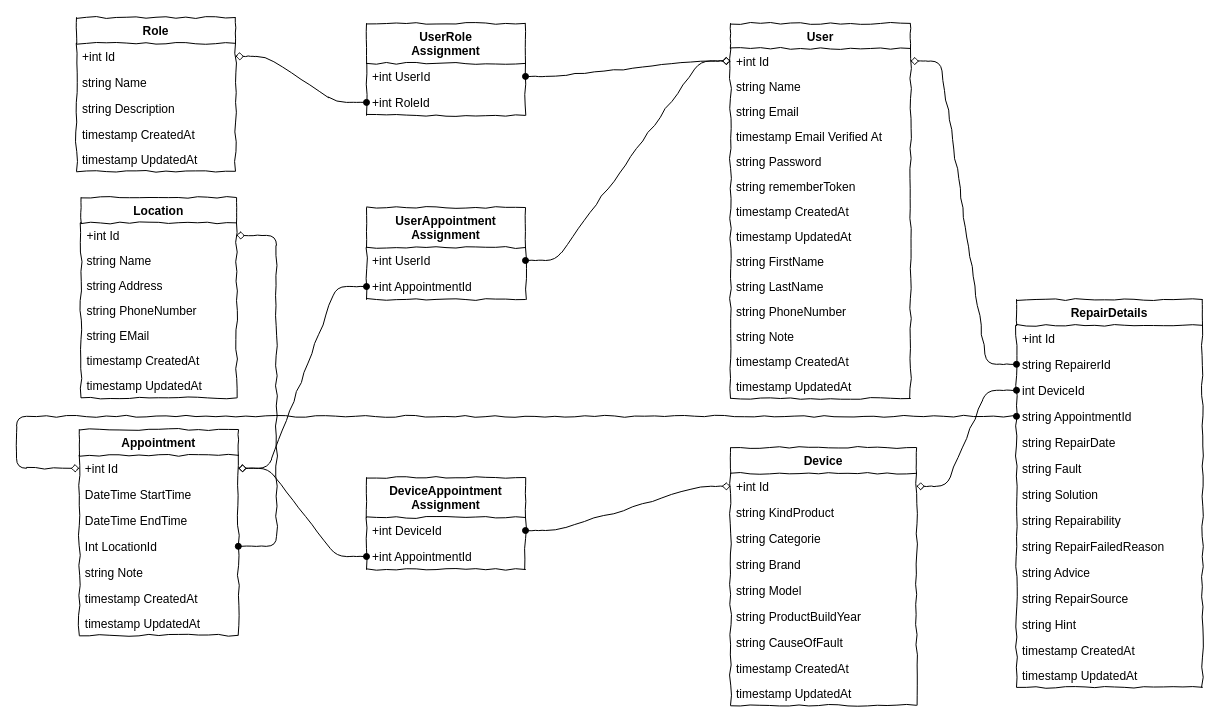
This is Documentation/Repaircafe Diagram.drawio from DerSilly/RepairCafeReservation, a draw.io file, before an edit. Source tidied: cells renumbered, new cells numbered last; positions are measured from the earlier drawing's top-left corner, leaving out a move shared by most shapes. Both pictures are drawn from the tidied source at 100%, with x=0, y=0 at pixel (-94, 17).
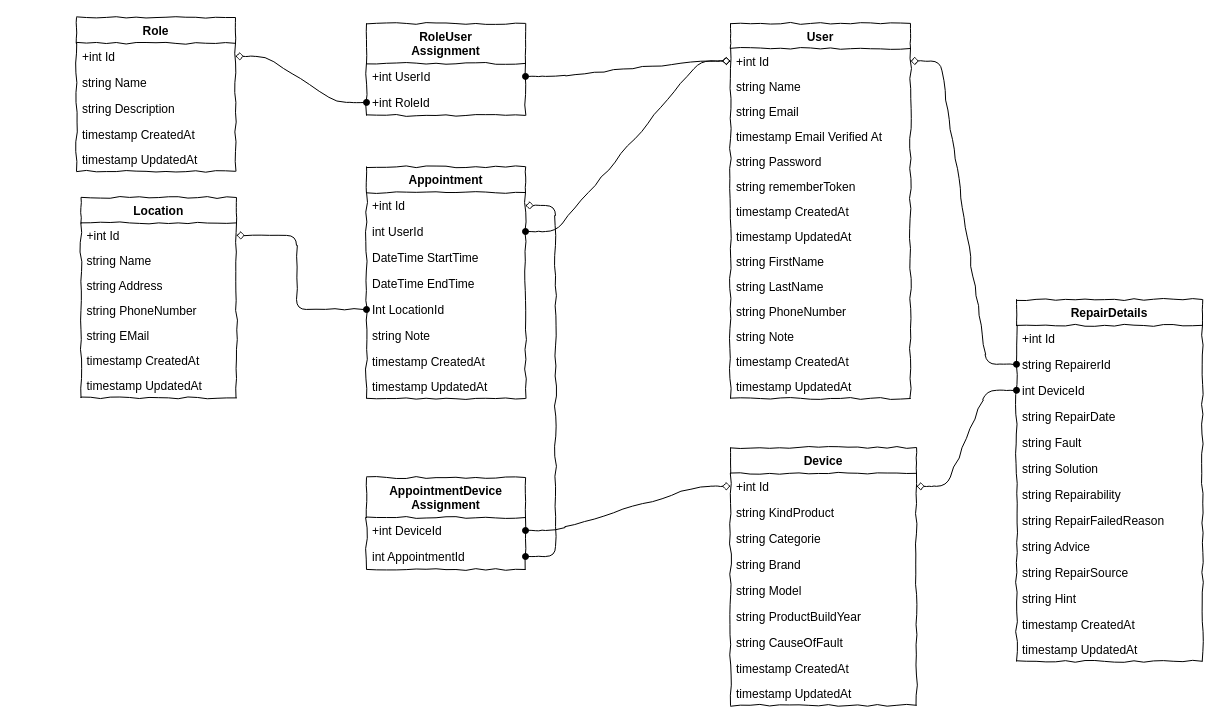
After the change.

The change refers to these unchanged cells:
```xml
<mxCell id="3" value="+int Id" style="text;strokeColor=none;fillColor=none;align=left;verticalAlign=top;spacingLeft=4;spacingRight=4;overflow=hidden;points=[[0,0.5],[1,0.5]];portConstraint=eastwest;comic=1;" parent="2" vertex="1">
  <mxGeometry y="25.1" width="180" height="25" as="geometry" />
</mxCell>
<mxCell id="18" value="+int Id" style="text;strokeColor=none;fillColor=none;align=left;verticalAlign=top;spacingLeft=4;spacingRight=4;overflow=hidden;points=[[0,0.5],[1,0.5]];portConstraint=eastwest;comic=1;" parent="17" vertex="1">
  <mxGeometry y="25.4" width="155.5" height="25" as="geometry" />
</mxCell>
<mxCell id="26" value="+int Id" style="text;strokeColor=none;fillColor=none;align=left;verticalAlign=top;spacingLeft=4;spacingRight=4;overflow=hidden;points=[[0,0.5],[1,0.5]];portConstraint=eastwest;comic=1;" parent="25" vertex="1">
  <mxGeometry y="25.8" width="159" height="26" as="geometry" />
</mxCell>
```

What changed in the source:
```diff
@@
     <mxCell id="25" value="Appointment" style="swimlane;fontStyle=1;align=center;verticalAlign=top;horizontal=1;startSize=25.818181818181817;comic=1;" parent="1" vertex="1">
-      <mxGeometry x="172.8" y="412" width="159" height="205.8" as="geometry" />
+      <mxGeometry x="460" y="149.2" width="159" height="231.8" as="geometry" />
     </mxCell>
@@
+    <mxCell id="83" value="int UserId" style="text;strokeColor=none;fillColor=none;align=left;verticalAlign=top;spacingLeft=4;spacingRight=4;overflow=hidden;points=[[0,0.5],[1,0.5]];portConstraint=eastwest;comic=1;" parent="25" vertex="1">
+      <mxGeometry y="51.8" width="159" height="26" as="geometry" />
+    </mxCell>
     <mxCell id="27" value="DateTime StartTime" style="text;strokeColor=none;fillColor=none;align=left;verticalAlign=top;spacingLeft=4;spacingRight=4;overflow=hidden;comic=1;" parent="25" vertex="1">
-      <mxGeometry y="51.8" width="159" height="26" as="geometry" />
+      <mxGeometry y="77.8" width="159" height="26" as="geometry" />
     </mxCell>
     <mxCell id="28" value="DateTime EndTime" style="text;strokeColor=none;fillColor=none;align=left;verticalAlign=top;spacingLeft=4;spacingRight=4;overflow=hidden;comic=1;" parent="25" vertex="1">
-      <mxGeometry y="77.8" width="159" height="26" as="geometry" />
+      <mxGeometry y="103.8" width="159" height="26" as="geometry" />
     </mxCell>
     <mxCell id="29" value="Int LocationId" style="text;strokeColor=none;fillColor=none;align=left;verticalAlign=top;spacingLeft=4;spacingRight=4;overflow=hidden;points=[[0,0.5],[1,0.5]];portConstraint=eastwest;comic=1;" parent="25" vertex="1">
-      <mxGeometry y="103.8" width="159" height="26" as="geometry" />
+      <mxGeometry y="129.8" width="159" height="26" as="geometry" />
     </mxCell>
     <mxCell id="30" value="string Note" style="text;strokeColor=none;fillColor=none;align=left;verticalAlign=top;spacingLeft=4;spacingRight=4;overflow=hidden;comic=1;" parent="25" vertex="1">
-      <mxGeometry y="129.8" width="159" height="26" as="geometry" />
+      <mxGeometry y="155.8" width="159" height="26" as="geometry" />
     </mxCell>
     <mxCell id="31" value="timestamp CreatedAt" style="text;strokeColor=none;fillColor=none;align=left;verticalAlign=top;spacingLeft=4;spacingRight=4;overflow=hidden;comic=1;" parent="25" vertex="1">
-      <mxGeometry y="155.8" width="159" height="25" as="geometry" />
+      <mxGeometry y="181.8" width="159" height="25" as="geometry" />
     </mxCell>
     <mxCell id="32" value="timestamp UpdatedAt" style="text;strokeColor=none;fillColor=none;align=left;verticalAlign=top;spacingLeft=4;spacingRight=4;overflow=hidden;comic=1;" parent="25" vertex="1">
-      <mxGeometry y="180.8" width="159" height="25" as="geometry" />
+      <mxGeometry y="206.8" width="159" height="25" as="geometry" />
     </mxCell>
@@
-    <mxCell id="43" value="DeviceAppointment&#10;Assignment" style="swimlane;fontStyle=1;align=center;verticalAlign=top;horizontal=1;startSize=40;comic=1;" parent="1" vertex="1">
+    <mxCell id="43" value="AppointmentDevice&#10;Assignment" style="swimlane;fontStyle=1;align=center;verticalAlign=top;horizontal=1;startSize=40;comic=1;" parent="1" vertex="1">
       <mxGeometry x="460" y="460" width="159" height="92" as="geometry" />
     </mxCell>
@@
-    <mxCell id="45" value="+int AppointmentId" style="text;strokeColor=none;fillColor=none;align=left;verticalAlign=top;spacingLeft=4;spacingRight=4;overflow=hidden;points=[[0,0.5],[1,0.5]];portConstraint=eastwest;comic=1;" parent="43" vertex="1">
+    <mxCell id="45" value="int AppointmentId" style="text;strokeColor=none;fillColor=none;align=left;verticalAlign=top;spacingLeft=4;spacingRight=4;overflow=hidden;points=[[0,0.5],[1,0.5]];portConstraint=eastwest;comic=1;" parent="43" vertex="1">
       <mxGeometry y="66" width="159" height="26" as="geometry" />
     </mxCell>
@@
-    <mxCell id="48" value="UserAppointment&#10;Assignment" style="swimlane;fontStyle=1;align=center;verticalAlign=top;horizontal=1;startSize=40;comic=1;" parent="1" vertex="1">
-      <mxGeometry x="460" y="190" width="159" height="92" as="geometry" />
-    </mxCell>
-    <mxCell id="49" value="+int UserId" style="text;strokeColor=none;fillColor=none;align=left;verticalAlign=top;spacingLeft=4;spacingRight=4;overflow=hidden;points=[[0,0.5],[1,0.5]];portConstraint=eastwest;comic=1;" parent="48" vertex="1">
-      <mxGeometry y="40" width="159" height="26" as="geometry" />
-    </mxCell>
-    <mxCell id="50" value="+int AppointmentId" style="text;strokeColor=none;fillColor=none;align=left;verticalAlign=top;spacingLeft=4;spacingRight=4;overflow=hidden;points=[[0,0.5],[1,0.5]];portConstraint=eastwest;comic=1;" parent="48" vertex="1">
-      <mxGeometry y="66" width="159" height="26" as="geometry" />
-    </mxCell>
-    <mxCell id="51" style="edgeStyle=entityRelationEdgeStyle;html=1;exitX=1;exitY=0.5;exitDx=0;exitDy=0;entryX=0;entryY=0.5;entryDx=0;entryDy=0;startArrow=diamond;startFill=0;endArrow=oval;endFill=1;comic=1;" parent="1" edge="1" source="26" target="50">
-      <mxGeometry relative="1" as="geometry" />
-    </mxCell>
@@
-    <mxCell id="58" value="UserRole&#10;Assignment" style="swimlane;fontStyle=1;align=center;verticalAlign=top;horizontal=1;startSize=40;comic=1;" parent="1" vertex="1">
+    <mxCell id="58" value="RoleUser&#10;Assignment" style="swimlane;fontStyle=1;align=center;verticalAlign=top;horizontal=1;startSize=40;comic=1;" parent="1" vertex="1">
       <mxGeometry x="460" y="5.9" width="159" height="92" as="geometry" />
     </mxCell>
@@
-    <mxCell id="63" style="edgeStyle=entityRelationEdgeStyle;html=1;exitX=1;exitY=0.5;exitDx=0;exitDy=0;startArrow=oval;startFill=1;endArrow=diamond;endFill=0;entryX=0;entryY=0.5;entryDx=0;entryDy=0;comic=1;" parent="1" edge="1" source="49" target="3">
+    <mxCell id="63" style="edgeStyle=entityRelationEdgeStyle;html=1;exitX=1;exitY=0.5;exitDx=0;exitDy=0;startArrow=oval;startFill=1;endArrow=diamond;endFill=0;entryX=0;entryY=0.5;entryDx=0;entryDy=0;comic=1;" parent="1" edge="1" source="83" target="3">
       <mxGeometry relative="1" as="geometry" />
     </mxCell>
-    <mxCell id="64" style="edgeStyle=elbowEdgeStyle;html=1;exitX=1;exitY=0.5;exitDx=0;exitDy=0;startArrow=diamond;startFill=0;endArrow=oval;endFill=1;comic=1;sourcePortConstraint=west;targetPortConstraint=west;anchorPointDirection=1;arcSize=20;jumpStyle=none;" parent="1" edge="1" source="18" target="29">
+    <mxCell id="64" style="edgeStyle=elbowEdgeStyle;html=1;exitX=1;exitY=0.5;exitDx=0;exitDy=0;startArrow=diamond;startFill=0;endArrow=oval;endFill=1;comic=1;sourcePortConstraint=west;targetPortConstraint=west;anchorPointDirection=1;arcSize=20;jumpStyle=none;entryX=0;entryY=0.5;entryDx=0;entryDy=0;" parent="1" edge="1" source="18" target="29">
       <mxGeometry relative="1" as="geometry">
         <Array as="points">
-          <mxPoint x="370" y="380" />
+          <mxPoint x="390" y="260" />
         </Array>
       </mxGeometry>
     </mxCell>
     <mxCell id="65" value="RepairDetails" style="swimlane;fontStyle=1;align=center;verticalAlign=top;horizontal=1;startSize=25.818181818181817;comic=1;" parent="1" vertex="1">
-      <mxGeometry x="1110" y="282" width="186" height="387.8" as="geometry" />
+      <mxGeometry x="1110" y="282" width="186" height="361.8" as="geometry" />
     </mxCell>
@@
-    <mxCell id="69" value="string AppointmentId" style="text;strokeColor=none;fillColor=none;align=left;verticalAlign=top;spacingLeft=4;spacingRight=4;overflow=hidden;points=[[0,0.5],[1,0.5]];portConstraint=eastwest;comic=1;" parent="65" vertex="1">
-      <mxGeometry y="103.8" width="186" height="26" as="geometry" />
-    </mxCell>
     <mxCell id="70" value="string RepairDate" style="text;strokeColor=none;fillColor=none;align=left;verticalAlign=top;spacingLeft=4;spacingRight=4;overflow=hidden;comic=1;" parent="65" vertex="1">
-      <mxGeometry y="129.8" width="186" height="26" as="geometry" />
+      <mxGeometry y="103.8" width="186" height="26" as="geometry" />
     </mxCell>
     <mxCell id="71" value="string Fault" style="text;strokeColor=none;fillColor=none;align=left;verticalAlign=top;spacingLeft=4;spacingRight=4;overflow=hidden;comic=1;" parent="65" vertex="1">
-      <mxGeometry y="155.8" width="186" height="26" as="geometry" />
+      <mxGeometry y="129.8" width="186" height="26" as="geometry" />
     </mxCell>
     <mxCell id="72" value="string Solution" style="text;strokeColor=none;fillColor=none;align=left;verticalAlign=top;spacingLeft=4;spacingRight=4;overflow=hidden;comic=1;" parent="65" vertex="1">
-      <mxGeometry y="181.8" width="186" height="26" as="geometry" />
+      <mxGeometry y="155.8" width="186" height="26" as="geometry" />
     </mxCell>
     <mxCell id="73" value="string Repairability" style="text;strokeColor=none;fillColor=none;align=left;verticalAlign=top;spacingLeft=4;spacingRight=4;overflow=hidden;comic=1;" parent="65" vertex="1">
-      <mxGeometry y="207.8" width="186" height="26" as="geometry" />
+      <mxGeometry y="181.8" width="186" height="26" as="geometry" />
     </mxCell>
     <mxCell id="74" value="string RepairFailedReason" style="text;strokeColor=none;fillColor=none;align=left;verticalAlign=top;spacingLeft=4;spacingRight=4;overflow=hidden;comic=1;" parent="65" vertex="1">
-      <mxGeometry y="233.8" width="186" height="26" as="geometry" />
+      <mxGeometry y="207.8" width="186" height="26" as="geometry" />
     </mxCell>
     <mxCell id="75" value="string Advice" style="text;strokeColor=none;fillColor=none;align=left;verticalAlign=top;spacingLeft=4;spacingRight=4;overflow=hidden;comic=1;" parent="65" vertex="1">
-      <mxGeometry y="259.8" width="186" height="26" as="geometry" />
+      <mxGeometry y="233.8" width="186" height="26" as="geometry" />
     </mxCell>
     <mxCell id="76" value="string RepairSource" style="text;strokeColor=none;fillColor=none;align=left;verticalAlign=top;spacingLeft=4;spacingRight=4;overflow=hidden;comic=1;" parent="65" vertex="1">
-      <mxGeometry y="285.8" width="186" height="26" as="geometry" />
+      <mxGeometry y="259.8" width="186" height="26" as="geometry" />
     </mxCell>
     <mxCell id="77" value="string Hint" style="text;strokeColor=none;fillColor=none;align=left;verticalAlign=top;spacingLeft=4;spacingRight=4;overflow=hidden;comic=1;" parent="65" vertex="1">
-      <mxGeometry y="311.8" width="186" height="26" as="geometry" />
+      <mxGeometry y="285.8" width="186" height="26" as="geometry" />
     </mxCell>
     <mxCell id="78" value="timestamp CreatedAt" style="text;strokeColor=none;fillColor=none;align=left;verticalAlign=top;spacingLeft=4;spacingRight=4;overflow=hidden;comic=1;" parent="65" vertex="1">
-      <mxGeometry y="337.8" width="186" height="25" as="geometry" />
+      <mxGeometry y="311.8" width="186" height="25" as="geometry" />
     </mxCell>
     <mxCell id="79" value="timestamp UpdatedAt" style="text;strokeColor=none;fillColor=none;align=left;verticalAlign=top;spacingLeft=4;spacingRight=4;overflow=hidden;comic=1;" parent="65" vertex="1">
-      <mxGeometry y="362.8" width="186" height="25" as="geometry" />
+      <mxGeometry y="336.8" width="186" height="25" as="geometry" />
     </mxCell>
@@
-    <mxCell id="82" style="edgeStyle=elbowEdgeStyle;html=1;exitX=0;exitY=0.5;exitDx=0;exitDy=0;startArrow=oval;startFill=1;endArrow=diamond;endFill=0;elbow=vertical;entryX=0;entryY=0.5;entryDx=0;entryDy=0;comic=1;" parent="1" edge="1" source="69" target="26">
-      <mxGeometry relative="1" as="geometry">
-        <Array as="points">
-          <mxPoint x="110" y="580" />
-          <mxPoint y="490" />
-          <mxPoint x="450" y="580" />
-          <mxPoint x="50" y="530" />
-          <mxPoint x="170" y="440" />
-          <mxPoint x="720" y="600" />
-          <mxPoint x="480" y="600" />
-          <mxPoint x="330" y="480" />
-          <mxPoint x="690" y="600" />
-          <mxPoint x="820" y="600" />
-          <mxPoint x="330" y="520" />
-          <mxPoint x="1040" y="420" />
-          <mxPoint x="1050" y="550" />
-          <mxPoint x="700" y="600" />
-        </Array>
-      </mxGeometry>
-    </mxCell>
```
